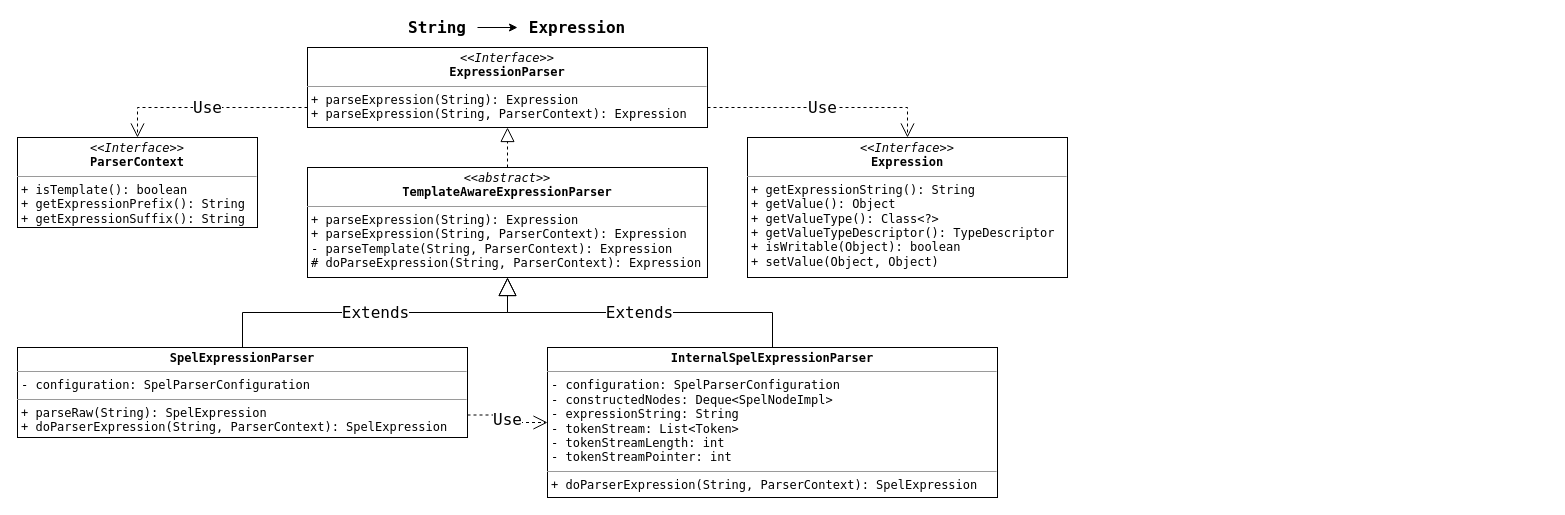
This is uml/ExpressionParser.drawio from xhjian/draw.io, a draw.io file, before an edit. Source tidied: cells renumbered, new cells numbered last; positions are measured from the earlier drawing's top-left corner, leaving out a move shared by most shapes. Both pictures are drawn from the tidied source at 100%, with x=0, y=0 at pixel (17, 17).
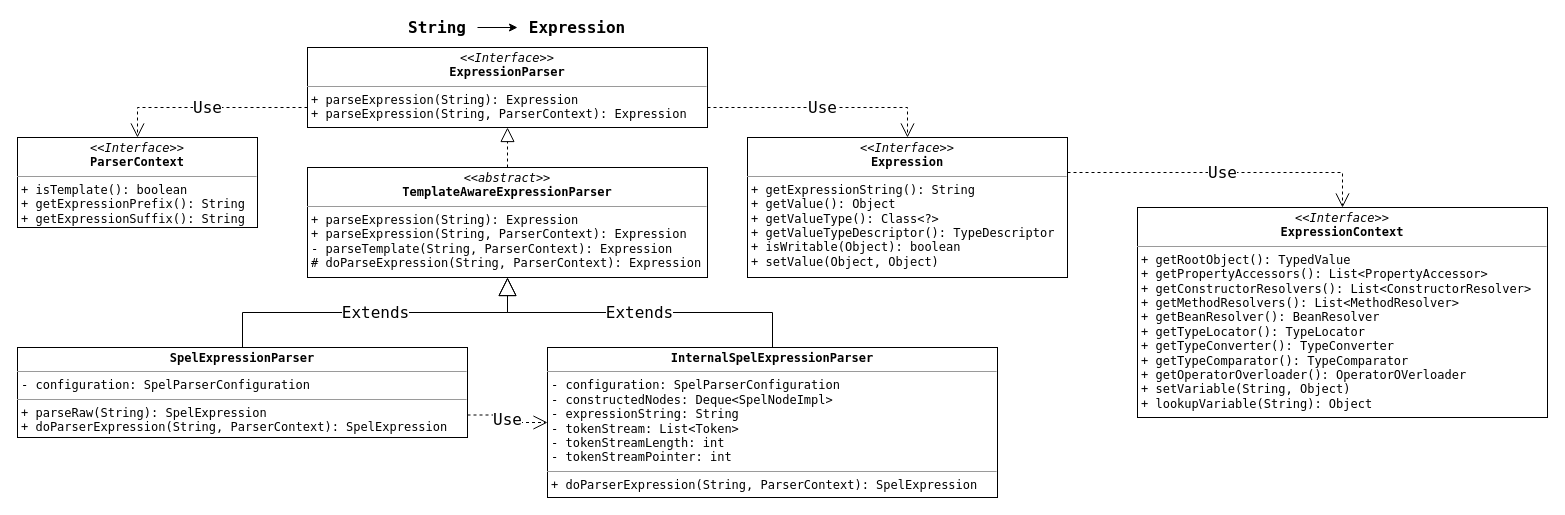
The same diagram, later.

What changed in the source:
```diff
@@
 <mxGraphModel>
   <root>
     <mxCell id="0" />
     <mxCell id="1" parent="0" />
     <mxCell id="2" value="&lt;p style=&quot;margin: 0px ; margin-top: 4px ; text-align: center&quot;&gt;&lt;i&gt;&amp;lt;&amp;lt;Interface&amp;gt;&amp;gt;&lt;/i&gt;&lt;br&gt;&lt;b&gt;ExpressionParser&lt;/b&gt;&lt;br&gt;&lt;/p&gt;&lt;hr size=&quot;1&quot;&gt;&lt;p style=&quot;margin: 0px ; margin-left: 4px&quot;&gt;+ parseExpression(String): Expression&lt;/p&gt;&lt;p style=&quot;margin: 0px ; margin-left: 4px&quot;&gt;+ parseExpression(String, ParserContext): Expression&lt;/p&gt;" style="verticalAlign=top;align=left;overflow=fill;fontSize=12;fontFamily=Lucida Console;html=1;" parent="1" vertex="1">
       <mxGeometry x="290" y="30" width="400" height="80" as="geometry" />
     </mxCell>
     <mxCell id="3" value="&lt;p style=&quot;margin: 0px ; margin-top: 4px ; text-align: center&quot;&gt;&lt;i&gt;&amp;lt;&amp;lt;Interface&amp;gt;&amp;gt;&lt;/i&gt;&lt;br&gt;&lt;b&gt;Expression&lt;/b&gt;&lt;br&gt;&lt;/p&gt;&lt;hr size=&quot;1&quot;&gt;&lt;p style=&quot;margin: 0px ; margin-left: 4px&quot;&gt;+ getExpressionString(): String&lt;/p&gt;&lt;p style=&quot;margin: 0px ; margin-left: 4px&quot;&gt;+ getValue(): Object&lt;/p&gt;&lt;p style=&quot;margin: 0px ; margin-left: 4px&quot;&gt;+ getValueType(): Class&amp;lt;?&amp;gt;&lt;/p&gt;&lt;p style=&quot;margin: 0px ; margin-left: 4px&quot;&gt;+ getValueTypeDescriptor(): TypeDescriptor&lt;/p&gt;&lt;p style=&quot;margin: 0px ; margin-left: 4px&quot;&gt;+ isWritable(Object): boolean&lt;/p&gt;&lt;p style=&quot;margin: 0px ; margin-left: 4px&quot;&gt;+ setValue(Object, Object)&lt;/p&gt;" style="verticalAlign=top;align=left;overflow=fill;fontSize=12;fontFamily=Lucida Console;html=1;" parent="1" vertex="1">
       <mxGeometry x="730" y="120" width="320" height="140" as="geometry" />
     </mxCell>
     <mxCell id="4" style="edgeStyle=orthogonalEdgeStyle;rounded=0;jettySize=auto;html=1;fontFamily=Lucida Console;fontSize=16;fontStyle=1;" parent="1" edge="1" source="5" target="6">
       <mxGeometry relative="1" as="geometry" />
     </mxCell>
     <mxCell id="5" value="String" style="text;html=1;strokeColor=none;fillColor=none;align=center;verticalAlign=middle;whiteSpace=wrap;rounded=0;fontFamily=Lucida Console;fontSize=16;fontStyle=1;" parent="1" vertex="1">
       <mxGeometry x="380" width="80" height="20" as="geometry" />
     </mxCell>
     <mxCell id="6" value="Expression" style="text;html=1;strokeColor=none;fillColor=none;align=center;verticalAlign=middle;whiteSpace=wrap;rounded=0;fontFamily=Lucida Console;fontSize=16;fontStyle=1;" parent="1" vertex="1">
       <mxGeometry x="500" width="120" height="20" as="geometry" />
     </mxCell>
     <mxCell id="7" value="&lt;p style=&quot;margin: 0px ; margin-top: 4px ; text-align: center&quot;&gt;&lt;i&gt;&amp;lt;&amp;lt;Interface&amp;gt;&amp;gt;&lt;/i&gt;&lt;br&gt;&lt;b&gt;ParserContext&lt;/b&gt;&lt;br&gt;&lt;/p&gt;&lt;hr size=&quot;1&quot;&gt;&lt;p style=&quot;margin: 0px ; margin-left: 4px&quot;&gt;+ isTemplate(): boolean&lt;/p&gt;&lt;p style=&quot;margin: 0px ; margin-left: 4px&quot;&gt;+ getExpressionPrefix(): String&lt;/p&gt;&lt;p style=&quot;margin: 0px ; margin-left: 4px&quot;&gt;+ getExpressionSuffix(): String&lt;br&gt;&lt;/p&gt;" style="verticalAlign=top;align=left;overflow=fill;fontSize=12;fontFamily=Lucida Console;html=1;" parent="1" vertex="1">
       <mxGeometry y="120" width="240" height="90" as="geometry" />
     </mxCell>
     <mxCell id="8" value="&lt;p style=&quot;margin: 0px ; margin-top: 4px ; text-align: center&quot;&gt;&lt;i&gt;&amp;lt;&amp;lt;abstract&amp;gt;&amp;gt;&lt;/i&gt;&lt;br&gt;&lt;b&gt;TemplateAwareExpressionParser&lt;/b&gt;&lt;/p&gt;&lt;hr size=&quot;1&quot;&gt;&lt;p style=&quot;margin: 0px ; margin-left: 4px&quot;&gt;+ parseExpression(String): Expression&lt;/p&gt;&lt;p style=&quot;margin: 0px ; margin-left: 4px&quot;&gt;+ parseExpression(String, ParserContext): Expression&lt;/p&gt;&lt;p style=&quot;margin: 0px ; margin-left: 4px&quot;&gt;- parseTemplate(String, ParserContext): Expression&lt;/p&gt;&lt;p style=&quot;margin: 0px ; margin-left: 4px&quot;&gt;# doParseExpression(String, ParserContext): Expression&lt;br&gt;&lt;/p&gt;" style="verticalAlign=top;align=left;overflow=fill;fontSize=12;fontFamily=Lucida Console;html=1;" parent="1" vertex="1">
       <mxGeometry x="290" y="150" width="400" height="110" as="geometry" />
     </mxCell>
     <mxCell id="9" style="endArrow=block;dashed=1;endFill=0;endSize=12;html=1;rounded=0;fontFamily=Lucida Console;fontSize=16;entryX=0.5;entryY=1;entryDx=0;entryDy=0;" parent="1" edge="1" source="8" target="2">
       <mxGeometry relative="1" as="geometry" />
     </mxCell>
     <mxCell id="10" value="&lt;p style=&quot;margin: 0px ; margin-top: 4px ; text-align: center&quot;&gt;&lt;b&gt;InternalSpelExpressionParser&lt;/b&gt;&lt;/p&gt;&lt;hr size=&quot;1&quot;&gt;&lt;p style=&quot;margin: 0px ; margin-left: 4px&quot;&gt;- configuration: SpelParserConfiguration&lt;/p&gt;&lt;p style=&quot;margin: 0px ; margin-left: 4px&quot;&gt;- constructedNodes: Deque&amp;lt;SpelNodeImpl&amp;gt;&lt;/p&gt;&lt;p style=&quot;margin: 0px ; margin-left: 4px&quot;&gt;- expressionString: String&lt;/p&gt;&lt;p style=&quot;margin: 0px ; margin-left: 4px&quot;&gt;- tokenStream: List&amp;lt;Token&amp;gt;&lt;/p&gt;&lt;p style=&quot;margin: 0px ; margin-left: 4px&quot;&gt;- tokenStreamLength: int&lt;/p&gt;&lt;p style=&quot;margin: 0px ; margin-left: 4px&quot;&gt;- tokenStreamPointer: int&lt;br&gt;&lt;/p&gt;&lt;hr size=&quot;1&quot;&gt;&lt;p style=&quot;margin: 0px ; margin-left: 4px&quot;&gt;+ doParserExpression(String, ParserContext): SpelExpression&lt;br&gt;&lt;/p&gt;" style="verticalAlign=top;align=left;overflow=fill;fontSize=12;fontFamily=Lucida Console;html=1;" parent="1" vertex="1">
       <mxGeometry x="530" y="330" width="450" height="150" as="geometry" />
     </mxCell>
     <mxCell id="11" value="Extends" style="endArrow=block;endSize=16;endFill=0;html=1;rounded=0;fontFamily=Lucida Console;fontSize=16;entryX=0.5;entryY=1;entryDx=0;entryDy=0;exitX=0.5;exitY=0;exitDx=0;exitDy=0;edgeStyle=orthogonalEdgeStyle;" parent="1" edge="1" source="10" target="8">
       <mxGeometry relative="1" as="geometry" />
     </mxCell>
     <mxCell id="12" value="&lt;p style=&quot;margin: 0px ; margin-top: 4px ; text-align: center&quot;&gt;&lt;b&gt;SpelExpressionParser&lt;/b&gt;&lt;/p&gt;&lt;hr size=&quot;1&quot;&gt;&lt;p style=&quot;margin: 0px ; margin-left: 4px&quot;&gt;- configuration: SpelParserConfiguration&lt;/p&gt;&lt;hr size=&quot;1&quot;&gt;&lt;p style=&quot;margin: 0px ; margin-left: 4px&quot;&gt;+ parseRaw(String): SpelExpression&lt;br&gt;&lt;/p&gt;&lt;p style=&quot;margin: 0px ; margin-left: 4px&quot;&gt;+ doParserExpression(String, ParserContext): SpelExpression&lt;br&gt;&lt;/p&gt;" style="verticalAlign=top;align=left;overflow=fill;fontSize=12;fontFamily=Lucida Console;html=1;" parent="1" vertex="1">
       <mxGeometry y="330" width="450" height="90" as="geometry" />
     </mxCell>
     <mxCell id="13" value="Use" style="endArrow=open;endSize=12;dashed=1;html=1;rounded=0;fontFamily=Lucida Console;fontSize=16;exitX=1;exitY=0.75;exitDx=0;exitDy=0;entryX=0.5;entryY=0;entryDx=0;entryDy=0;edgeStyle=orthogonalEdgeStyle;" parent="1" edge="1" source="2" target="3">
       <mxGeometry relative="1" as="geometry" />
     </mxCell>
     <mxCell id="14" value="Use" style="endArrow=open;endSize=12;dashed=1;html=1;rounded=0;fontFamily=Lucida Console;fontSize=16;exitX=0;exitY=0.75;exitDx=0;exitDy=0;entryX=0.5;entryY=0;entryDx=0;entryDy=0;edgeStyle=orthogonalEdgeStyle;" parent="1" edge="1" source="2" target="7">
       <mxGeometry relative="1" as="geometry" />
     </mxCell>
     <mxCell id="15" value="Extends" style="endArrow=block;endSize=16;endFill=0;html=1;rounded=0;fontFamily=Lucida Console;fontSize=16;entryX=0.5;entryY=1;entryDx=0;entryDy=0;exitX=0.5;exitY=0;exitDx=0;exitDy=0;edgeStyle=orthogonalEdgeStyle;" parent="1" edge="1" source="12" target="8">
       <mxGeometry relative="1" as="geometry" />
     </mxCell>
     <mxCell id="16" value="Use" style="endArrow=open;endSize=12;dashed=1;html=1;rounded=0;fontFamily=Lucida Console;fontSize=16;exitX=1;exitY=0.75;exitDx=0;exitDy=0;entryX=0;entryY=0.5;entryDx=0;entryDy=0;edgeStyle=orthogonalEdgeStyle;" parent="1" edge="1" source="12" target="10">
       <mxGeometry relative="1" as="geometry" />
     </mxCell>
+    <mxCell id="17" value="&lt;p style=&quot;margin: 0px ; margin-top: 4px ; text-align: center&quot;&gt;&lt;i&gt;&amp;lt;&amp;lt;Interface&amp;gt;&amp;gt;&lt;/i&gt;&lt;br&gt;&lt;b&gt;ExpressionContext&lt;/b&gt;&lt;br&gt;&lt;/p&gt;&lt;hr size=&quot;1&quot;&gt;&lt;p style=&quot;margin: 0px ; margin-left: 4px&quot;&gt;+ getRootObject(): TypedValue&lt;br&gt;&lt;/p&gt;&lt;p style=&quot;margin: 0px ; margin-left: 4px&quot;&gt;+ getPropertyAccessors(): List&amp;lt;PropertyAccessor&amp;gt;&lt;br&gt;&lt;/p&gt;&lt;p style=&quot;margin: 0px ; margin-left: 4px&quot;&gt;+ getConstructorResolvers(): List&amp;lt;ConstructorResolver&amp;gt;&lt;br&gt;&lt;/p&gt;&lt;p style=&quot;margin: 0px ; margin-left: 4px&quot;&gt;+ getMethodResolvers(): List&amp;lt;MethodResolver&amp;gt;&lt;/p&gt;&lt;p style=&quot;margin: 0px ; margin-left: 4px&quot;&gt;+ getBeanResolver(): BeanResolver&lt;br&gt;&lt;/p&gt;&lt;p style=&quot;margin: 0px ; margin-left: 4px&quot;&gt;+ getTypeLocator(): TypeLocator&lt;/p&gt;&lt;p style=&quot;margin: 0px ; margin-left: 4px&quot;&gt;+ getTypeConverter(): TypeConverter&lt;/p&gt;&lt;p style=&quot;margin: 0px ; margin-left: 4px&quot;&gt;+ getTypeComparator(): TypeComparator&lt;/p&gt;&lt;p style=&quot;margin: 0px ; margin-left: 4px&quot;&gt;+ getOperatorOverloader(): OperatorOVerloader&lt;/p&gt;&lt;p style=&quot;margin: 0px ; margin-left: 4px&quot;&gt;+ setVariable(String, Object)&lt;/p&gt;&lt;p style=&quot;margin: 0px ; margin-left: 4px&quot;&gt;+ lookupVariable(String): Object&lt;br&gt;&lt;/p&gt;" style="verticalAlign=top;align=left;overflow=fill;fontSize=12;fontFamily=Lucida Console;html=1;" parent="1" vertex="1">
+      <mxGeometry x="1120" y="190" width="410" height="210" as="geometry" />
+    </mxCell>
+    <mxCell id="18" value="Use" style="endArrow=open;endSize=12;dashed=1;html=1;rounded=0;fontFamily=Lucida Console;fontSize=16;exitX=1;exitY=0.25;exitDx=0;exitDy=0;entryX=0.5;entryY=0;entryDx=0;entryDy=0;edgeStyle=orthogonalEdgeStyle;" parent="1" edge="1" source="3" target="17">
+      <mxGeometry relative="1" as="geometry" />
+    </mxCell>
   </root>
 </mxGraphModel>
```
